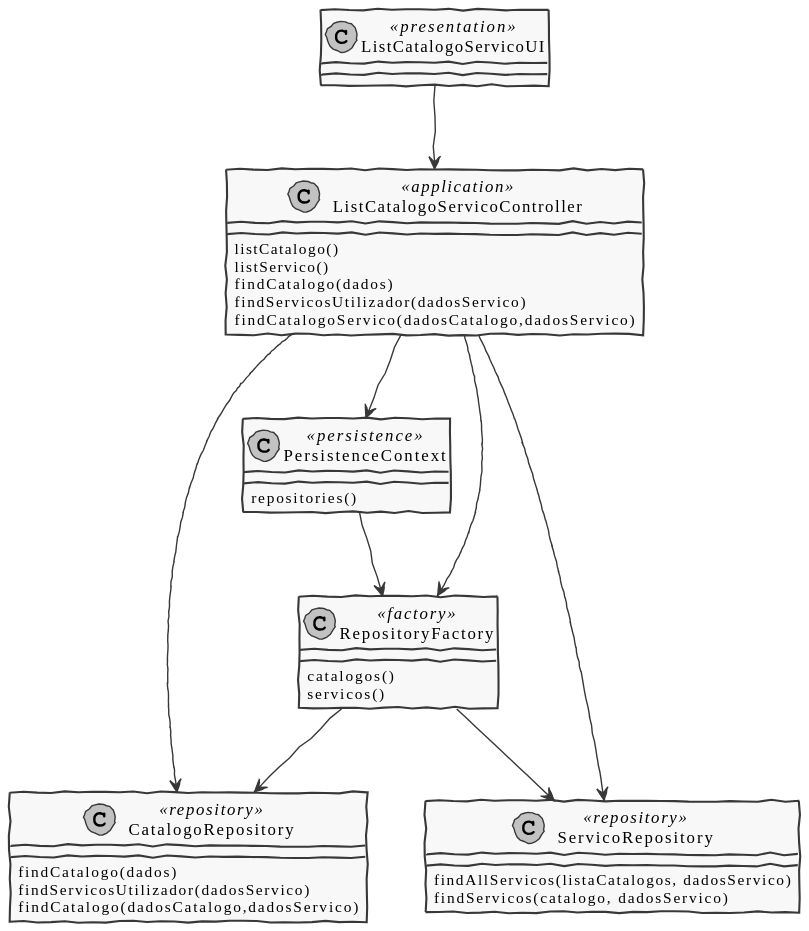
The PlantUML diagram docs/US3001/CD3001.svg in pedrolemos4/LAPR4, before a commit.
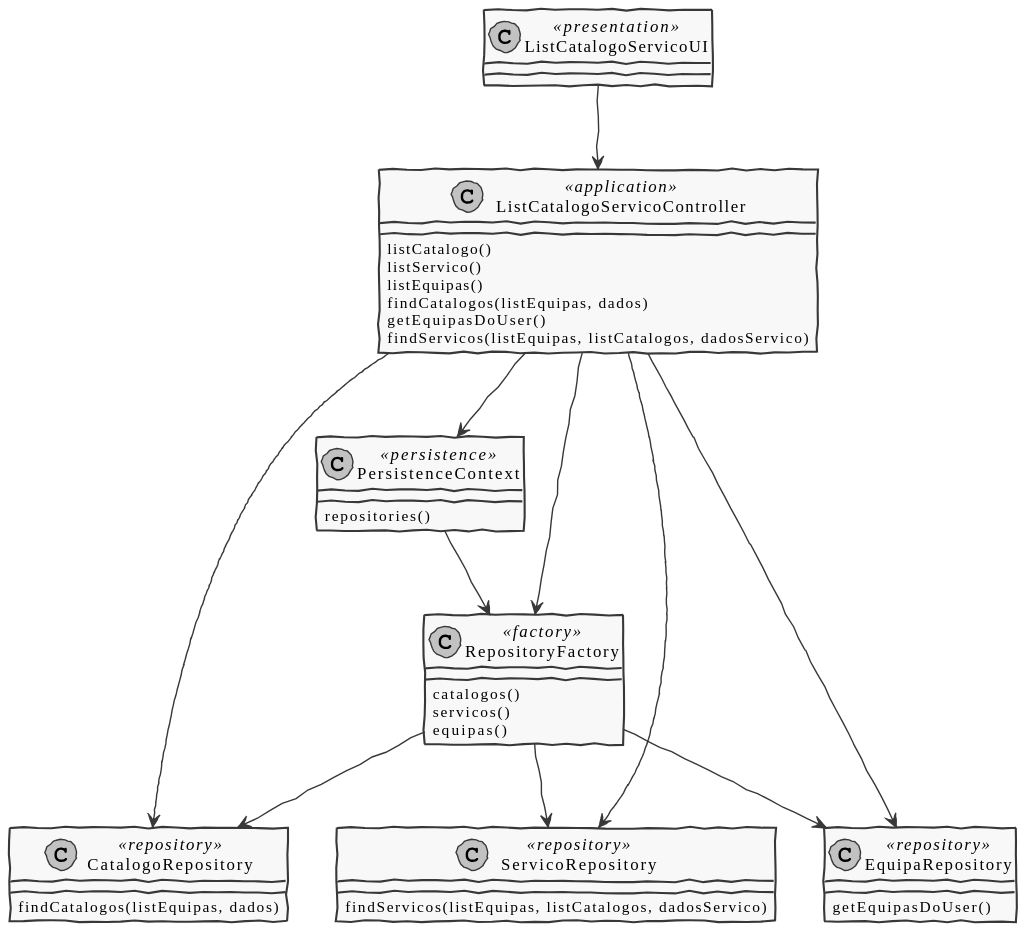
The same diagram one commit later.

Change to the diagram source:
```diff
@@ -11,32 +11,36 @@
 class RepositoryFactory <<factory>>
 class CatalogoRepository <<repository>>
 class ServicoRepository <<repository>>
+class EquipaRepository <<repository>>
 
 
 ListCatalogoServicoUI --> ListCatalogoServicoController
 ListCatalogoServicoController : listCatalogo()
 ListCatalogoServicoController : listServico()
+ListCatalogoServicoController : listEquipas()
 
-ListCatalogoServicoController : findCatalogo(dados)
-ListCatalogoServicoController : findServicosUtilizador(dadosServico)
-ListCatalogoServicoController : findCatalogoServico(dadosCatalogo,dadosServico)
+ListCatalogoServicoController : findCatalogos(listEquipas, dados)
+ListCatalogoServicoController : getEquipasDoUser()
+ListCatalogoServicoController : findServicos(listEquipas, listCatalogos, dadosServico)
 
 ListCatalogoServicoController --> CatalogoRepository
 ListCatalogoServicoController --> ServicoRepository
+ListCatalogoServicoController --> EquipaRepository
 ListCatalogoServicoController --> PersistenceContext
 PersistenceContext : repositories()
 ListCatalogoServicoController --> RepositoryFactory
 RepositoryFactory : catalogos()
 RepositoryFactory : servicos()
+RepositoryFactory : equipas()
 
 PersistenceContext --> RepositoryFactory
 RepositoryFactory --> CatalogoRepository
 RepositoryFactory --> ServicoRepository
+RepositoryFactory --> EquipaRepository
 
-CatalogoRepository : findCatalogo(dados)
-CatalogoRepository : findServicosUtilizador(dadosServico)
-CatalogoRepository : findCatalogo(dadosCatalogo,dadosServico)
+EquipaRepository : getEquipasDoUser()
 
-ServicoRepository : findAllServicos(listaCatalogos, dadosServico)
-ServicoRepository : findServicos(catalogo, dadosServico)
+CatalogoRepository : findCatalogos(listEquipas, dados)
+
+ServicoRepository : findServicos(listEquipas, listCatalogos, dadosServico)
 @enduml
```
